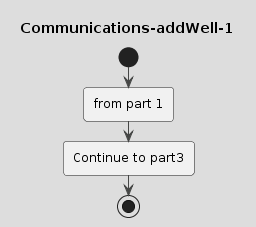
Above: drawings/Communications-addWell-1.png in coding-to-music/plantuml-diagram-examples (PlantUML), before the change. Source of this version:
```plantuml
@startuml Communications-addWell-1
!theme toy
title Communications-addWell-1
start

:from part 1;








:Continue to part3;
stop
@enduml
```
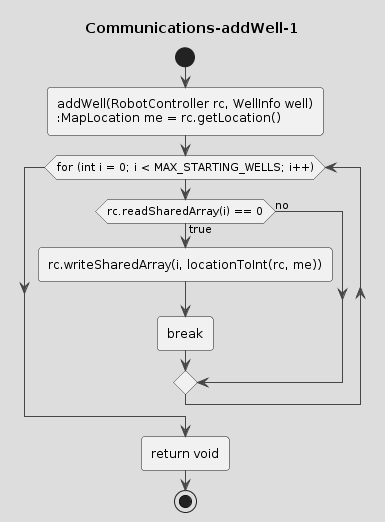
After the change.

Change to the diagram source:
```diff
@@ -2,16 +2,23 @@
 !theme toy
 title Communications-addWell-1
 start
-
-:from part 1;
 
 
 
 
 
 
+:addWell(RobotController rc, WellInfo well)
+:MapLocation me = rc.getLocation();
+while (for (int i = 0; i < MAX_STARTING_WELLS; i++))
+    if (rc.readSharedArray(i) == 0) then (true)
+        :rc.writeSharedArray(i, locationToInt(rc, me));
+        :break;
+    else (no)
+    endif
+endwhile
 
 
-:Continue to part3;
+:return void;
 stop
 @enduml
```
